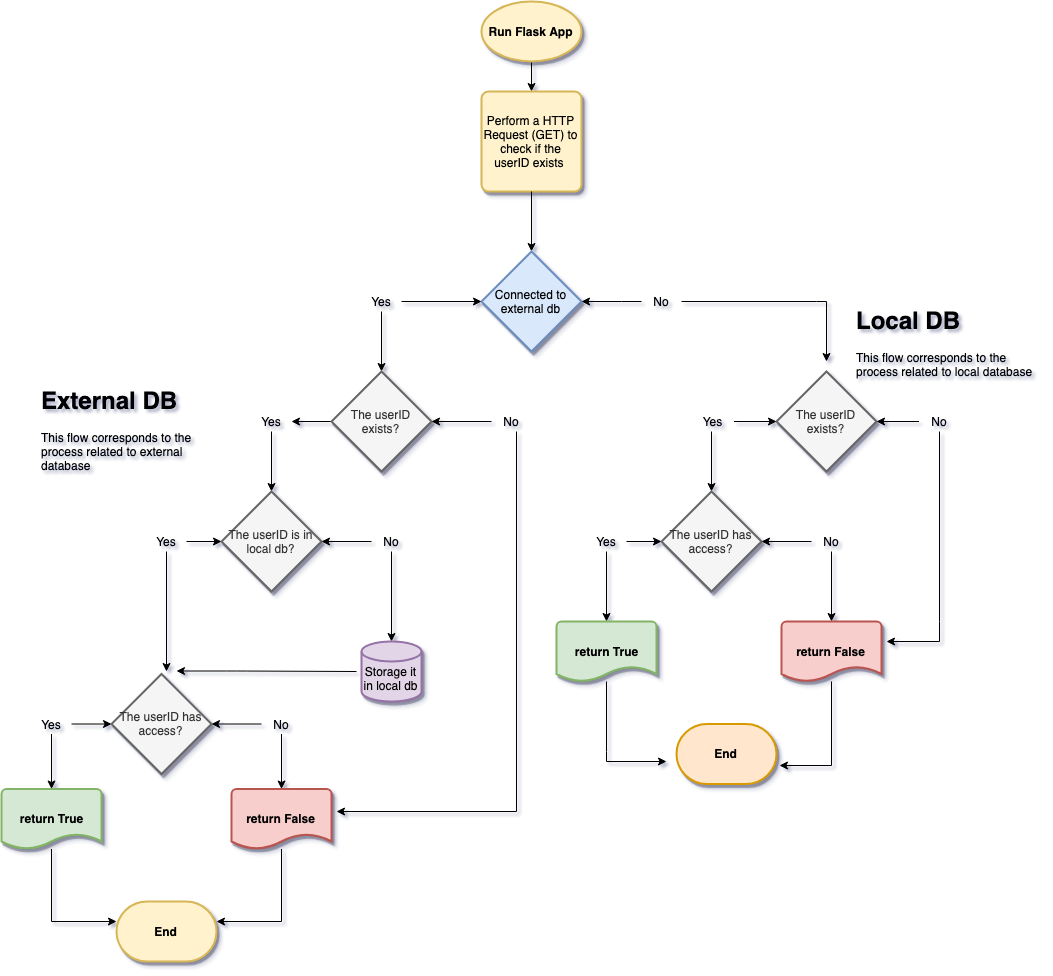
Before: microserver/flowchart/DatabaseFlowchart.png, a diagram exported from draw.io (edmundormz/aquatica). Source tidied: cells renumbered, new cells last; positions are measured from the earlier drawing's top-left corner, leaving out a move shared by most shapes.
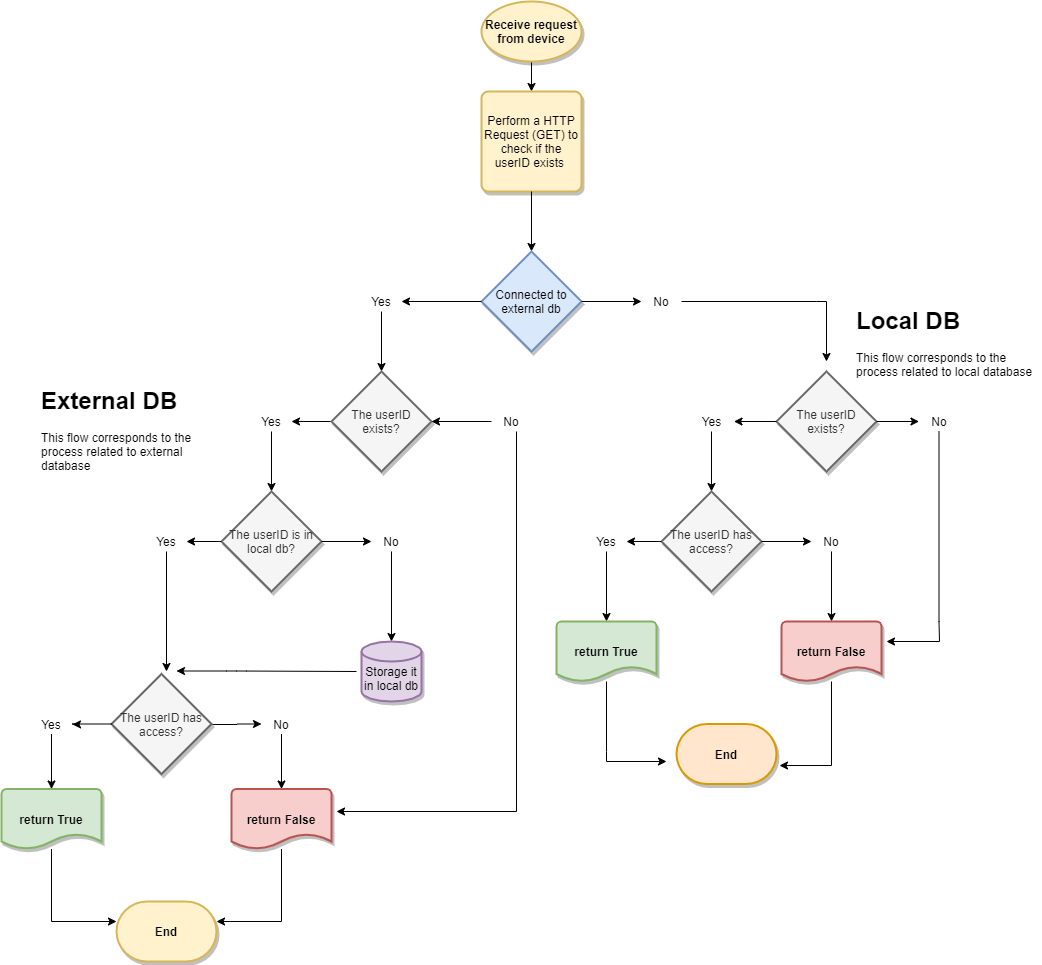
The same file after the commit.

Commit message:
Corrections to diagram

Changed flow of some connecting arrows

What changed in the source:
```diff
@@ -5,7 +5,7 @@
     <mxCell id="2" style="edgeStyle=orthogonalEdgeStyle;rounded=0;jettySize=auto;html=1;" parent="1" edge="1" source="3" target="4">
       <mxGeometry relative="1" as="geometry" />
     </mxCell>
-    <mxCell id="3" value="Run Flask App" style="strokeWidth=2;html=1;shape=mxgraph.flowchart.start_1;whiteSpace=wrap;fillColor=#fff2cc;strokeColor=#d6b656;shadow=1;fontStyle=1;" parent="1" vertex="1">
+    <mxCell id="3" value="Receive request from device" style="strokeWidth=2;html=1;shape=mxgraph.flowchart.start_1;whiteSpace=wrap;fillColor=#fff2cc;strokeColor=#d6b656;shadow=1;fontStyle=1;" parent="1" vertex="1">
       <mxGeometry x="480" width="100" height="60" as="geometry" />
     </mxCell>
     <mxCell id="4" value="Perform a HTTP Request (GET) to check if the userID exists&amp;nbsp;" style="rounded=1;whiteSpace=wrap;html=1;absoluteArcSize=1;arcSize=14;strokeWidth=2;fillColor=#fff2cc;strokeColor=#d6b656;shadow=1;" parent="1" vertex="1">
@@ -17,23 +17,12 @@
     <mxCell id="6" value="Connected to external db" style="strokeWidth=2;html=1;shape=mxgraph.flowchart.decision;whiteSpace=wrap;fillColor=#dae8fc;strokeColor=#6c8ebf;shadow=1;" parent="1" vertex="1">
       <mxGeometry x="480" y="250" width="100" height="100" as="geometry" />
     </mxCell>
-    <mxCell id="7" style="edgeStyle=orthogonalEdgeStyle;rounded=0;jettySize=auto;html=1;entryX=0;entryY=0.5;entryDx=0;entryDy=0;entryPerimeter=0;" parent="1" edge="1" source="9" target="6">
-      <mxGeometry relative="1" as="geometry" />
-    </mxCell>
     <mxCell id="8" style="edgeStyle=orthogonalEdgeStyle;rounded=0;jettySize=auto;html=1;" parent="1" edge="1" source="9" target="14">
       <mxGeometry relative="1" as="geometry" />
     </mxCell>
     <mxCell id="9" value="Yes" style="text;html=1;strokeColor=none;fillColor=none;align=center;verticalAlign=middle;whiteSpace=wrap;rounded=0;" parent="1" vertex="1">
       <mxGeometry x="360" y="290" width="40" height="20" as="geometry" />
     </mxCell>
-    <mxCell id="10" style="edgeStyle=orthogonalEdgeStyle;rounded=0;jettySize=auto;html=1;entryX=1;entryY=0.5;entryDx=0;entryDy=0;entryPerimeter=0;" parent="1" edge="1" source="12" target="6">
-      <mxGeometry relative="1" as="geometry">
-        <Array as="points">
-          <mxPoint x="620" y="300" />
-          <mxPoint x="620" y="300" />
-        </Array>
-      </mxGeometry>
-    </mxCell>
     <mxCell id="11" style="edgeStyle=orthogonalEdgeStyle;rounded=0;jettySize=auto;html=1;" parent="1" edge="1" source="12">
       <mxGeometry relative="1" as="geometry">
         <mxPoint x="825" y="360" as="targetPoint" />
@@ -75,8 +64,10 @@
     <mxCell id="20" value="The userID has access?" style="strokeWidth=2;html=1;shape=mxgraph.flowchart.decision;whiteSpace=wrap;fillColor=#f5f5f5;strokeColor=#666666;fontColor=#333333;shadow=1;" parent="1" vertex="1">
       <mxGeometry x="110" y="672.5" width="100" height="100" as="geometry" />
     </mxCell>
-    <mxCell id="21" style="edgeStyle=orthogonalEdgeStyle;rounded=0;jettySize=auto;html=1;" parent="1" edge="1" source="23" target="20">
-      <mxGeometry relative="1" as="geometry" />
+    <mxCell id="21" style="edgeStyle=orthogonalEdgeStyle;rounded=0;jettySize=auto;html=1;entryX=0;entryY=0.5;entryDx=0;entryDy=0;" parent="1" edge="1" target="23">
+      <mxGeometry relative="1" as="geometry">
+        <mxPoint x="211" y="723" as="sourcePoint" />
+      </mxGeometry>
     </mxCell>
     <mxCell id="22" style="edgeStyle=orthogonalEdgeStyle;rounded=0;jettySize=auto;html=1;" parent="1" edge="1" source="23" target="31">
       <mxGeometry relative="1" as="geometry" />
@@ -87,8 +78,10 @@
     <mxCell id="24" value="No" style="text;html=1;strokeColor=none;fillColor=none;align=center;verticalAlign=middle;whiteSpace=wrap;rounded=0;" parent="1" vertex="1">
       <mxGeometry x="260" y="787.5" width="40" height="20" as="geometry" />
     </mxCell>
-    <mxCell id="25" style="edgeStyle=orthogonalEdgeStyle;rounded=0;jettySize=auto;html=1;" parent="1" edge="1" source="27" target="20">
-      <mxGeometry relative="1" as="geometry" />
+    <mxCell id="25" style="edgeStyle=orthogonalEdgeStyle;rounded=0;jettySize=auto;html=1;exitX=0;exitY=0.5;exitDx=0;exitDy=0;exitPerimeter=0;" parent="1" edge="1" source="20">
+      <mxGeometry relative="1" as="geometry">
+        <mxPoint x="71" y="723" as="targetPoint" />
+      </mxGeometry>
     </mxCell>
     <mxCell id="26" style="edgeStyle=orthogonalEdgeStyle;rounded=0;jettySize=auto;html=1;" parent="1" edge="1" source="27" target="29">
       <mxGeometry relative="1" as="geometry" />
@@ -121,9 +114,6 @@
     <mxCell id="32" value="The userID is in local db?" style="strokeWidth=2;html=1;shape=mxgraph.flowchart.decision;whiteSpace=wrap;fillColor=#f5f5f5;strokeColor=#666666;fontColor=#333333;shadow=1;" parent="1" vertex="1">
       <mxGeometry x="220" y="490" width="100" height="100" as="geometry" />
     </mxCell>
-    <mxCell id="33" style="edgeStyle=orthogonalEdgeStyle;rounded=0;jettySize=auto;html=1;" parent="1" edge="1" source="35" target="32">
-      <mxGeometry relative="1" as="geometry" />
-    </mxCell>
     <mxCell id="34" style="edgeStyle=orthogonalEdgeStyle;rounded=0;jettySize=auto;html=1;" parent="1" edge="1" source="35">
       <mxGeometry relative="1" as="geometry">
         <mxPoint x="165" y="670" as="targetPoint" />
@@ -132,9 +122,6 @@
     <mxCell id="35" value="Yes" style="text;html=1;strokeColor=none;fillColor=none;align=center;verticalAlign=middle;whiteSpace=wrap;rounded=0;" parent="1" vertex="1">
       <mxGeometry x="145" y="530" width="40" height="20" as="geometry" />
     </mxCell>
-    <mxCell id="36" style="edgeStyle=orthogonalEdgeStyle;rounded=0;jettySize=auto;html=1;" parent="1" edge="1" source="38" target="32">
-      <mxGeometry relative="1" as="geometry" />
-    </mxCell>
     <mxCell id="37" style="edgeStyle=orthogonalEdgeStyle;rounded=0;jettySize=auto;html=1;" parent="1" edge="1" source="38" target="39">
       <mxGeometry relative="1" as="geometry" />
     </mxCell>
@@ -159,14 +146,18 @@
     <mxCell id="42" style="edgeStyle=orthogonalEdgeStyle;rounded=0;jettySize=auto;html=1;" parent="1" edge="1" source="44" target="48">
       <mxGeometry relative="1" as="geometry" />
     </mxCell>
-    <mxCell id="43" style="edgeStyle=orthogonalEdgeStyle;rounded=0;jettySize=auto;html=1;" parent="1" edge="1" source="44" target="41">
-      <mxGeometry relative="1" as="geometry" />
+    <mxCell id="43" style="edgeStyle=orthogonalEdgeStyle;rounded=0;jettySize=auto;html=1;entryX=1;entryY=0.5;entryDx=0;entryDy=0;" parent="1" edge="1" target="44">
+      <mxGeometry relative="1" as="geometry">
+        <mxPoint x="775" y="420" as="sourcePoint" />
+      </mxGeometry>
     </mxCell>
     <mxCell id="44" value="Yes" style="text;html=1;strokeColor=none;fillColor=none;align=center;verticalAlign=middle;whiteSpace=wrap;rounded=0;" parent="1" vertex="1">
       <mxGeometry x="687.5" y="410" width="45" height="20" as="geometry" />
     </mxCell>
-    <mxCell id="45" style="edgeStyle=orthogonalEdgeStyle;rounded=0;jettySize=auto;html=1;" parent="1" edge="1" source="47" target="41">
-      <mxGeometry relative="1" as="geometry" />
+    <mxCell id="45" style="edgeStyle=orthogonalEdgeStyle;rounded=0;jettySize=auto;html=1;" parent="1" edge="1" target="47">
+      <mxGeometry relative="1" as="geometry">
+        <mxPoint x="875" y="420" as="sourcePoint" />
+      </mxGeometry>
     </mxCell>
     <mxCell id="46" style="edgeStyle=orthogonalEdgeStyle;rounded=0;jettySize=auto;html=1;" parent="1" edge="1" source="47">
       <mxGeometry relative="1" as="geometry">
@@ -186,18 +177,12 @@
     <mxCell id="49" style="edgeStyle=orthogonalEdgeStyle;rounded=0;jettySize=auto;html=1;" parent="1" edge="1" source="51" target="56">
       <mxGeometry relative="1" as="geometry" />
     </mxCell>
-    <mxCell id="50" style="edgeStyle=orthogonalEdgeStyle;rounded=0;jettySize=auto;html=1;" parent="1" edge="1" source="51" target="48">
-      <mxGeometry relative="1" as="geometry" />
-    </mxCell>
     <mxCell id="51" value="Yes" style="text;html=1;strokeColor=none;fillColor=none;align=center;verticalAlign=middle;whiteSpace=wrap;rounded=0;" parent="1" vertex="1">
       <mxGeometry x="585" y="530" width="40" height="20" as="geometry" />
     </mxCell>
     <mxCell id="52" style="edgeStyle=orthogonalEdgeStyle;rounded=0;jettySize=auto;html=1;" parent="1" edge="1" source="54" target="58">
       <mxGeometry relative="1" as="geometry" />
     </mxCell>
-    <mxCell id="53" style="edgeStyle=orthogonalEdgeStyle;rounded=0;jettySize=auto;html=1;" parent="1" edge="1" source="54" target="48">
-      <mxGeometry relative="1" as="geometry" />
-    </mxCell>
     <mxCell id="54" value="No" style="text;html=1;strokeColor=none;fillColor=none;align=center;verticalAlign=middle;whiteSpace=wrap;rounded=0;" parent="1" vertex="1">
       <mxGeometry x="810" y="530" width="40" height="20" as="geometry" />
     </mxCell>
@@ -233,7 +218,25 @@
       <mxGeometry x="35" y="380" width="190" height="120" as="geometry" />
     </mxCell>
     <mxCell id="62" value="&lt;h1&gt;Local DB&lt;/h1&gt;&lt;p&gt;This flow corresponds to the process related to local database&lt;/p&gt;" style="text;html=1;strokeColor=none;fillColor=none;spacing=5;spacingTop=-20;whiteSpace=wrap;overflow=hidden;rounded=0;" parent="1" vertex="1">
-      <mxGeometry x="850" y="300" width="190" height="120" as="geometry" />
+      <mxGeometry x="850" y="300" width="190" height="100" as="geometry" />
     </mxCell>
+    <mxCell id="63" style="endArrow=classic;html=1;exitX=1;exitY=0.5;exitDx=0;exitDy=0;exitPerimeter=0;entryX=0;entryY=0.5;entryDx=0;entryDy=0;" parent="1" edge="1" source="6" target="12">
+      <mxGeometry relative="1" as="geometry" />
+    </mxCell>
+    <mxCell id="64" style="endArrow=classic;html=1;exitX=0;exitY=0.5;exitDx=0;exitDy=0;exitPerimeter=0;entryX=1;entryY=0.5;entryDx=0;entryDy=0;" parent="1" edge="1" source="6" target="9">
+      <mxGeometry relative="1" as="geometry" />
+    </mxCell>
+    <mxCell id="65" style="endArrow=classic;html=1;exitX=1;exitY=0.5;exitDx=0;exitDy=0;exitPerimeter=0;entryX=0;entryY=0.5;entryDx=0;entryDy=0;" parent="1" edge="1" source="48" target="54">
+      <mxGeometry relative="1" as="geometry" />
+    </mxCell>
+    <mxCell id="66" style="endArrow=classic;html=1;entryX=1;entryY=0.5;entryDx=0;entryDy=0;" parent="1" edge="1" source="48" target="51">
+      <mxGeometry relative="1" as="geometry" />
+    </mxCell>
+    <mxCell id="67" style="endArrow=classic;html=1;exitX=1;exitY=0.5;exitDx=0;exitDy=0;exitPerimeter=0;entryX=0;entryY=0.5;entryDx=0;entryDy=0;" parent="1" edge="1" source="32" target="38">
+      <mxGeometry relative="1" as="geometry" />
+    </mxCell>
+    <mxCell id="68" style="endArrow=classic;html=1;exitX=0;exitY=0.5;exitDx=0;exitDy=0;exitPerimeter=0;entryX=1;entryY=0.5;entryDx=0;entryDy=0;" parent="1" edge="1" source="32" target="35">
+      <mxGeometry relative="1" as="geometry" />
+    </mxCell>
   </root>
 </mxGraphModel>
```
